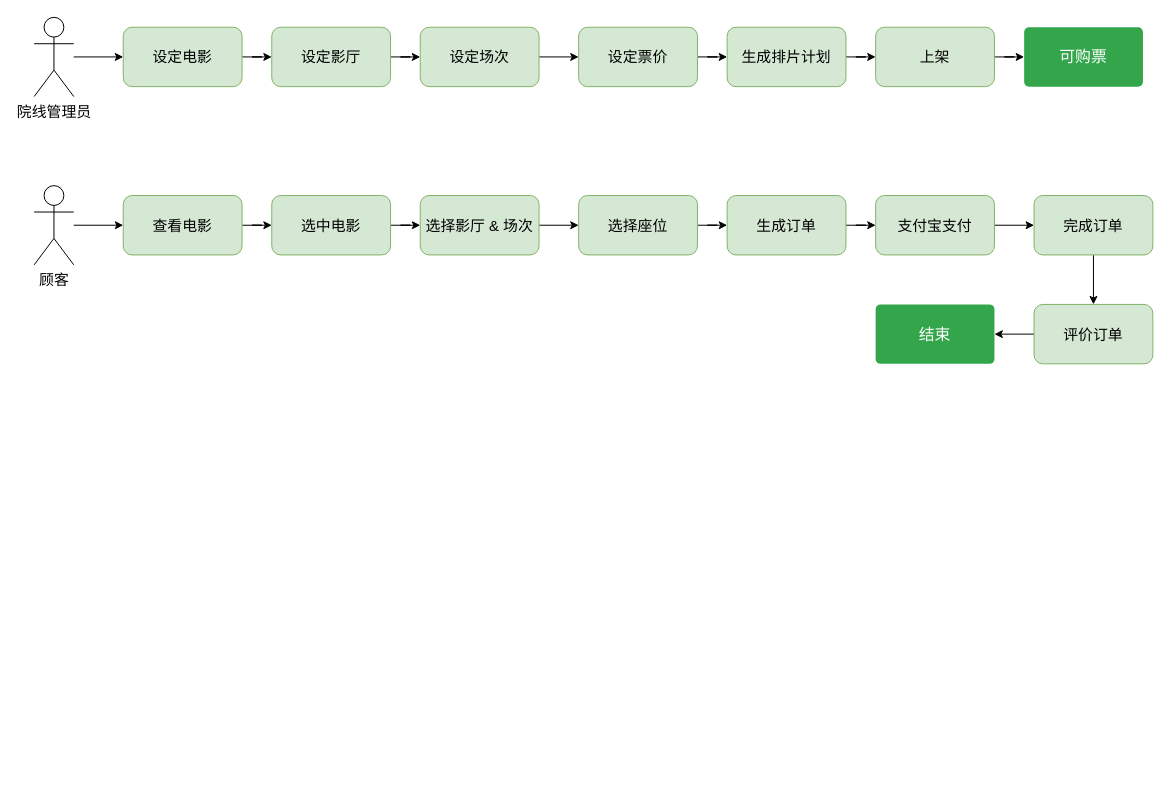
Above: 豆瓣电影大数据.drawio in redcomet88/DRAW (draw.io), before the change. Source tidied: cells renumbered, new cells numbered last; positions are measured from the earlier drawing's top-left corner, leaving out a move shared by most shapes. Both pictures are drawn from the tidied source at 99%, with x=0, y=0 at pixel (34, 17).
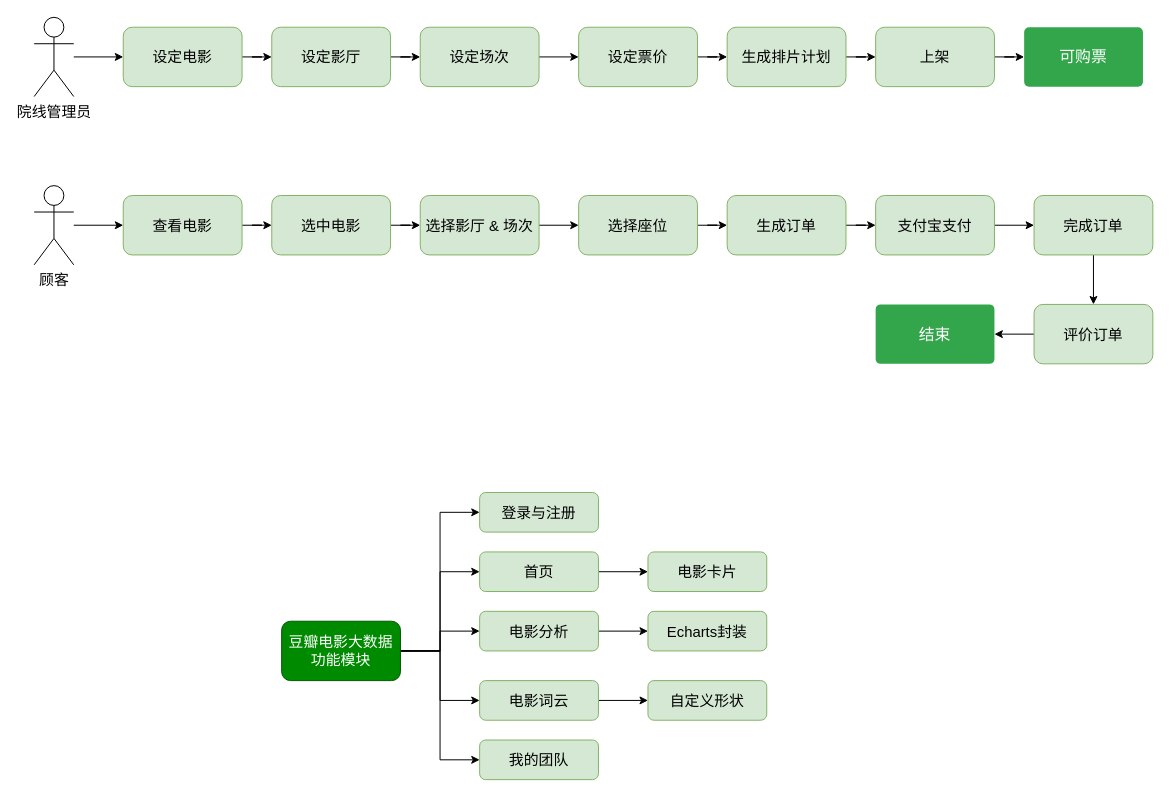
The same diagram, later.

Commit message:
Update 豆瓣电影大数据.drawio

The edit, as a diff of the source:
```diff
@@
+    <mxCell id="36" style="edgeStyle=orthogonalEdgeStyle;rounded=0;jettySize=auto;html=1;exitX=1;exitY=0.5;exitDx=0;exitDy=0;entryX=0;entryY=0.5;entryDx=0;entryDy=0;" parent="1" edge="1" source="41" target="44">
+      <mxGeometry relative="1" as="geometry" />
+    </mxCell>
+    <mxCell id="37" style="edgeStyle=orthogonalEdgeStyle;rounded=0;jettySize=auto;html=1;exitX=1;exitY=0.5;exitDx=0;exitDy=0;entryX=0;entryY=0.5;entryDx=0;entryDy=0;" parent="1" edge="1" source="41" target="43">
+      <mxGeometry relative="1" as="geometry" />
+    </mxCell>
+    <mxCell id="38" style="edgeStyle=orthogonalEdgeStyle;rounded=0;jettySize=auto;html=1;exitX=1;exitY=0.5;exitDx=0;exitDy=0;entryX=0;entryY=0.5;entryDx=0;entryDy=0;" parent="1" edge="1" source="41" target="46">
+      <mxGeometry relative="1" as="geometry" />
+    </mxCell>
+    <mxCell id="39" style="edgeStyle=orthogonalEdgeStyle;rounded=0;jettySize=auto;html=1;exitX=1;exitY=0.5;exitDx=0;exitDy=0;entryX=0;entryY=0.5;entryDx=0;entryDy=0;" parent="1" edge="1" source="41" target="49">
+      <mxGeometry relative="1" as="geometry" />
+    </mxCell>
+    <mxCell id="40" style="edgeStyle=orthogonalEdgeStyle;rounded=0;jettySize=auto;html=1;exitX=1;exitY=0.5;exitDx=0;exitDy=0;entryX=0;entryY=0.5;entryDx=0;entryDy=0;" parent="1" edge="1" source="41" target="50">
+      <mxGeometry relative="1" as="geometry" />
+    </mxCell>
+    <mxCell id="41" value="豆瓣电影大数据&lt;br&gt;功能模块" style="rounded=1;whiteSpace=wrap;html=1;fontSize=15;fillColor=#008a00;strokeColor=#005700;fontColor=#ffffff;" parent="1" vertex="1">
+      <mxGeometry x="250" y="610" width="120" height="60" as="geometry" />
+    </mxCell>
+    <mxCell id="42" style="edgeStyle=orthogonalEdgeStyle;rounded=0;jettySize=auto;html=1;exitX=1;exitY=0.5;exitDx=0;exitDy=0;entryX=0;entryY=0.5;entryDx=0;entryDy=0;" parent="1" edge="1" source="43" target="47">
+      <mxGeometry relative="1" as="geometry" />
+    </mxCell>
+    <mxCell id="43" value="首页" style="rounded=1;whiteSpace=wrap;html=1;fontSize=15;fillColor=#d5e8d4;strokeColor=#82b366;" parent="1" vertex="1">
+      <mxGeometry x="450" y="540" width="120" height="40" as="geometry" />
+    </mxCell>
+    <mxCell id="44" value="登录与注册" style="rounded=1;whiteSpace=wrap;html=1;fontSize=15;fillColor=#d5e8d4;strokeColor=#82b366;" parent="1" vertex="1">
+      <mxGeometry x="450" y="480" width="120" height="40" as="geometry" />
+    </mxCell>
+    <mxCell id="45" style="edgeStyle=orthogonalEdgeStyle;rounded=0;jettySize=auto;html=1;exitX=1;exitY=0.5;exitDx=0;exitDy=0;entryX=0;entryY=0.5;entryDx=0;entryDy=0;" parent="1" edge="1" source="46" target="52">
+      <mxGeometry relative="1" as="geometry" />
+    </mxCell>
+    <mxCell id="46" value="电影分析" style="rounded=1;whiteSpace=wrap;html=1;fontSize=15;fillColor=#d5e8d4;strokeColor=#82b366;" parent="1" vertex="1">
+      <mxGeometry x="450" y="600" width="120" height="40" as="geometry" />
+    </mxCell>
+    <mxCell id="47" value="电影卡片" style="rounded=1;whiteSpace=wrap;html=1;fontSize=15;fillColor=#d5e8d4;strokeColor=#82b366;" parent="1" vertex="1">
+      <mxGeometry x="620" y="540" width="120" height="40" as="geometry" />
+    </mxCell>
+    <mxCell id="48" style="edgeStyle=orthogonalEdgeStyle;rounded=0;jettySize=auto;html=1;exitX=1;exitY=0.5;exitDx=0;exitDy=0;entryX=0;entryY=0.5;entryDx=0;entryDy=0;" parent="1" edge="1" source="49" target="51">
+      <mxGeometry relative="1" as="geometry" />
+    </mxCell>
+    <mxCell id="49" value="电影词云" style="rounded=1;whiteSpace=wrap;html=1;fontSize=15;fillColor=#d5e8d4;strokeColor=#82b366;" parent="1" vertex="1">
+      <mxGeometry x="450" y="670" width="120" height="40" as="geometry" />
+    </mxCell>
+    <mxCell id="50" value="我的团队" style="rounded=1;whiteSpace=wrap;html=1;fontSize=15;fillColor=#d5e8d4;strokeColor=#82b366;" parent="1" vertex="1">
+      <mxGeometry x="450" y="730" width="120" height="40" as="geometry" />
+    </mxCell>
+    <mxCell id="51" value="自定义形状" style="rounded=1;whiteSpace=wrap;html=1;fontSize=15;fillColor=#d5e8d4;strokeColor=#82b366;" parent="1" vertex="1">
+      <mxGeometry x="620" y="670" width="120" height="40" as="geometry" />
+    </mxCell>
+    <mxCell id="52" value="Echarts封装" style="rounded=1;whiteSpace=wrap;html=1;fontSize=15;fillColor=#d5e8d4;strokeColor=#82b366;" parent="1" vertex="1">
+      <mxGeometry x="620" y="600" width="120" height="40" as="geometry" />
+    </mxCell>
```
